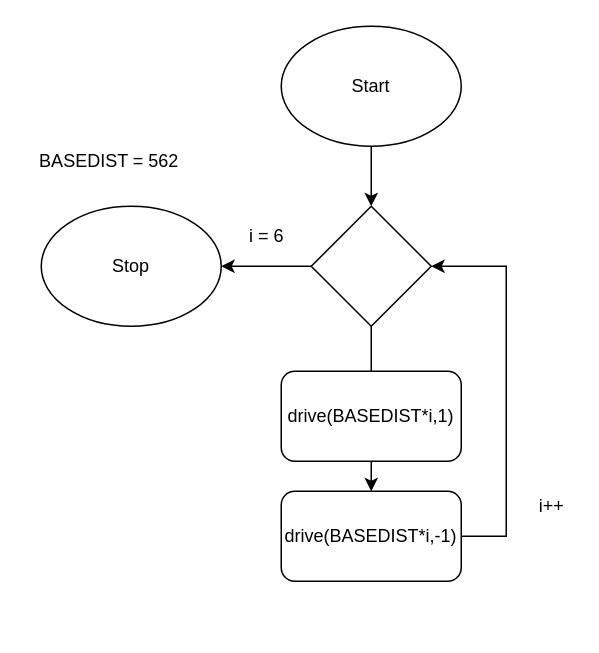
This is verkefni1/verkefni1c.drawio from Davygod/ROBO2RG05AU-1, a draw.io file, before an edit. Source tidied: cells renumbered, new cells numbered last; positions are measured from the earlier drawing's top-left corner, leaving out a move shared by most shapes. Both pictures are drawn from the tidied source at 150%, with x=0, y=0 at pixel (26, 26).
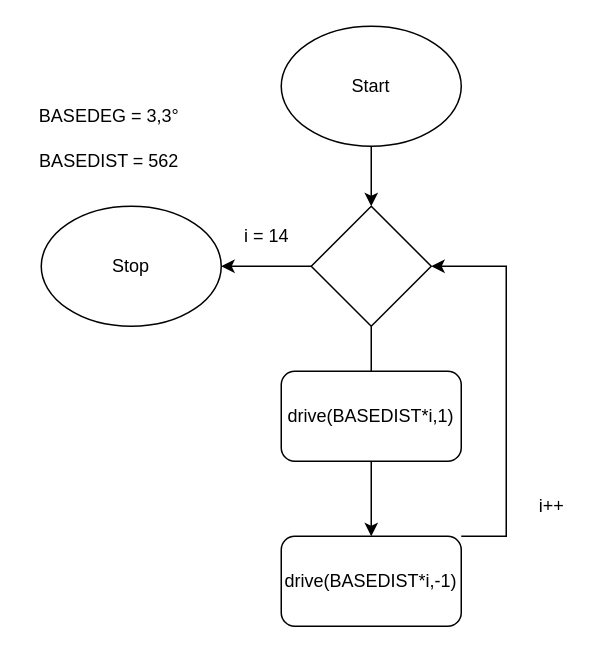
The same diagram, later.

The edit, as a diff of the source:
```diff
@@
 <mxGraphModel>
   <root>
     <mxCell id="0" />
     <mxCell id="1" parent="0" />
     <mxCell id="2" style="edgeStyle=orthogonalEdgeStyle;rounded=0;jettySize=auto;html=1;" parent="1" edge="1" source="3" target="6">
       <mxGeometry relative="1" as="geometry" />
     </mxCell>
     <mxCell id="3" value="Start" style="ellipse;whiteSpace=wrap;html=1;" parent="1" vertex="1">
       <mxGeometry x="170" width="120" height="80" as="geometry" />
     </mxCell>
     <mxCell id="4" style="edgeStyle=orthogonalEdgeStyle;rounded=0;jettySize=auto;html=1;" parent="1" edge="1" source="6" target="12">
       <mxGeometry relative="1" as="geometry" />
     </mxCell>
     <mxCell id="5" style="edgeStyle=orthogonalEdgeStyle;rounded=0;jettySize=auto;html=1;" parent="1" edge="1" source="6" target="9">
       <mxGeometry relative="1" as="geometry" />
     </mxCell>
     <mxCell id="6" style="rhombus;whiteSpace=wrap;html=1;" parent="1" vertex="1">
       <mxGeometry x="190" y="120" width="80" height="80" as="geometry" />
     </mxCell>
     <mxCell id="7" value="drive(BASEDIST*i,1)" style="rounded=1;whiteSpace=wrap;html=1;" parent="1" vertex="1">
       <mxGeometry x="170" y="230" width="120" height="60" as="geometry" />
     </mxCell>
     <mxCell id="8" style="edgeStyle=orthogonalEdgeStyle;rounded=0;jettySize=auto;html=1;entryX=1;entryY=0.5;entryDx=0;entryDy=0;" parent="1" edge="1" source="9" target="6">
       <mxGeometry relative="1" as="geometry">
         <Array as="points">
           <mxPoint x="320" y="340" />
           <mxPoint x="320" y="160" />
         </Array>
       </mxGeometry>
     </mxCell>
     <mxCell id="9" value="drive(BASEDIST*i,-1)" style="rounded=1;whiteSpace=wrap;html=1;" parent="1" vertex="1">
-      <mxGeometry x="170" y="310" width="120" height="60" as="geometry" />
+      <mxGeometry x="170" y="340" width="120" height="60" as="geometry" />
     </mxCell>
     <mxCell id="10" value="BASEDIST = 562" style="text;html=1;align=center;verticalAlign=middle;strokeColor=none;" parent="1" vertex="1">
       <mxGeometry y="80" width="110" height="20" as="geometry" />
     </mxCell>
-    <mxCell id="11" value="i = 6" style="text;html=1;align=center;verticalAlign=middle;strokeColor=none;" parent="1" vertex="1">
-      <mxGeometry x="140" y="130" width="40" height="20" as="geometry" />
+    <mxCell id="11" value="i = 14" style="text;html=1;align=center;verticalAlign=middle;strokeColor=none;" parent="1" vertex="1">
+      <mxGeometry x="135" y="130" width="50" height="20" as="geometry" />
     </mxCell>
     <mxCell id="12" value="Stop" style="ellipse;whiteSpace=wrap;html=1;" parent="1" vertex="1">
       <mxGeometry x="10" y="120" width="120" height="80" as="geometry" />
     </mxCell>
     <mxCell id="13" value="i++" style="text;html=1;align=center;verticalAlign=middle;strokeColor=none;" parent="1" vertex="1">
       <mxGeometry x="335" y="310" width="30" height="20" as="geometry" />
     </mxCell>
+    <mxCell id="14" value="BASEDEG = 3,3°" style="text;html=1;align=center;verticalAlign=middle;strokeColor=none;" parent="1" vertex="1">
+      <mxGeometry y="50" width="110" height="20" as="geometry" />
+    </mxCell>
   </root>
 </mxGraphModel>
```
